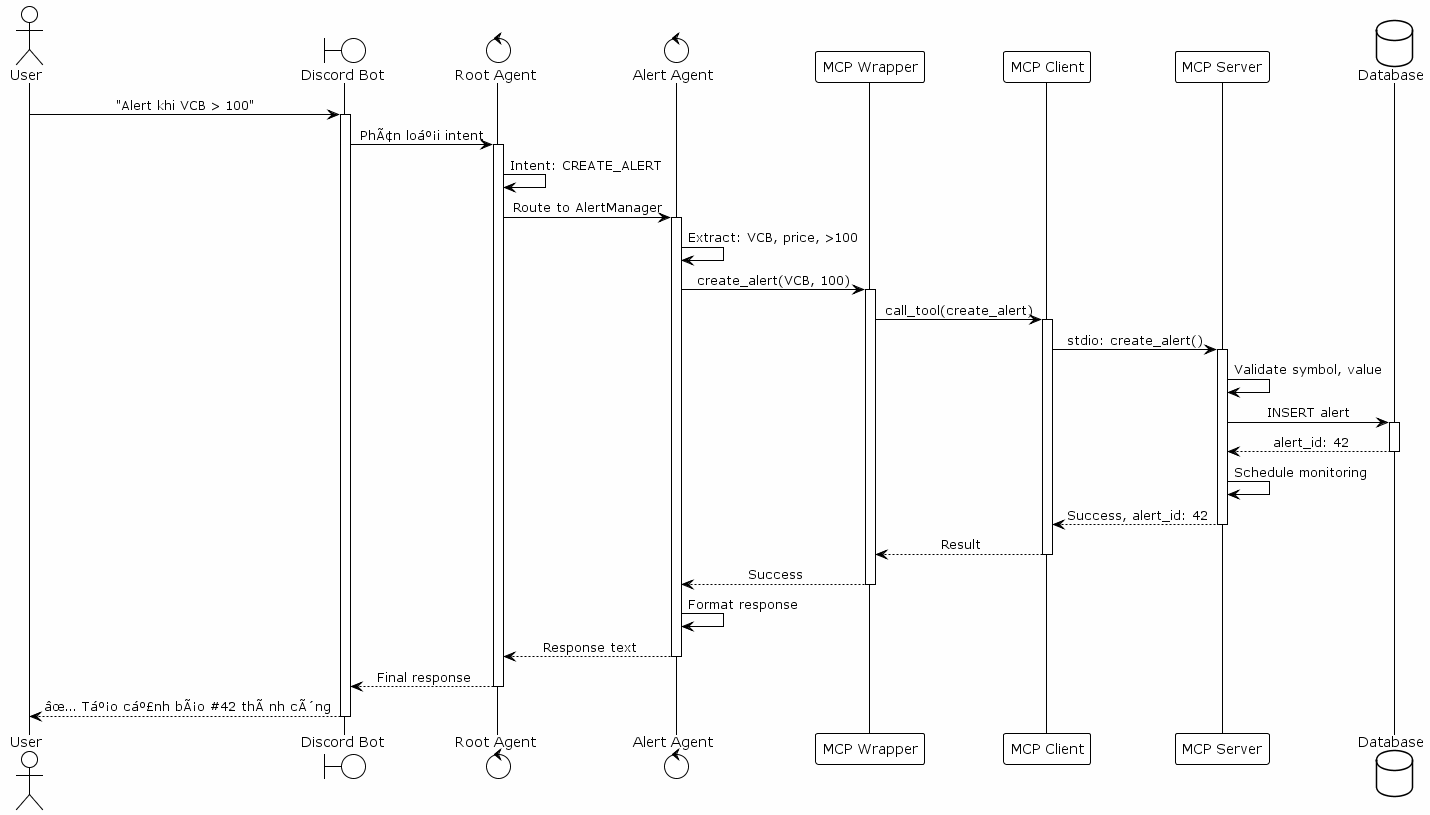
This is diagrams/images/sequence_diagrams/sequence_uc2_dang_ky_canh_bao.png from GiangNV-HUST/DATN, a PlantUML export, as it was before one commit.
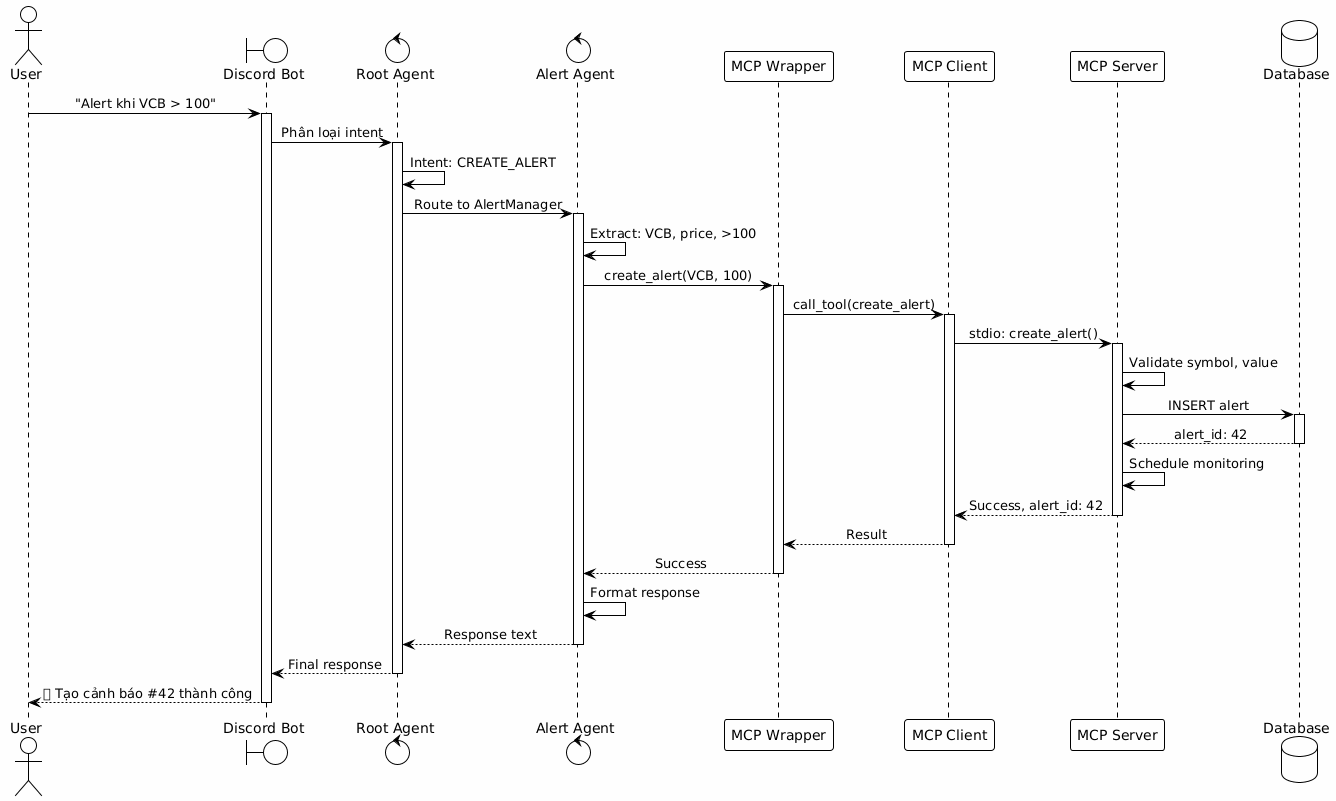
After the commit.

Diff of the diagram source:
```diff
@@ -1,4 +1,4 @@
-@startuml sequence_uc2_dang_ky_canh_bao
+@startuml
 !theme plain
 skinparam backgroundColor #FEFEFE
 skinparam sequenceMessageAlign center
@@ -16,7 +16,7 @@
 User -> Bot: "Alert khi VCB > 100"
 activate Bot
 
-Bot -> Root: PhÃ¢n loáº¡i intent
+Bot -> Root: Phân loại intent
 activate Root
 Root -> Root: Intent: CREATE_ALERT
 
@@ -59,7 +59,6 @@
 Root --> Bot: Final response
 deactivate Root
 
-Bot --> User: âœ… Táº¡o cáº£nh bÃ¡o #42 thÃ nh cÃ´ng
+Bot --> User: ✅ Tạo cảnh báo #42 thành công
 deactivate Bot
-
 @enduml
```
